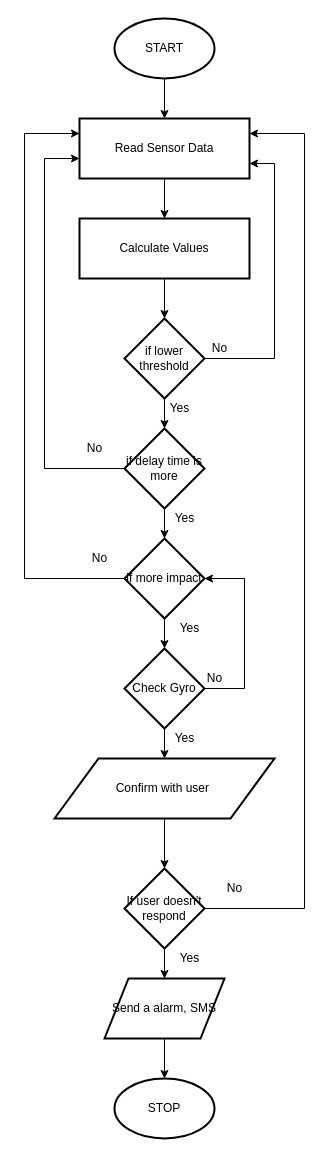
Above: Documents/Design/Flowchart/Flowchart.drawio in bhatvineeth/FallDetectionSystem (draw.io), before the change. Source tidied: cells renumbered, new cells numbered last; positions are measured from the earlier drawing's top-left corner, leaving out a move shared by most shapes. Both pictures are drawn from the tidied source at 100%, with x=0, y=0 at pixel (24, 18).
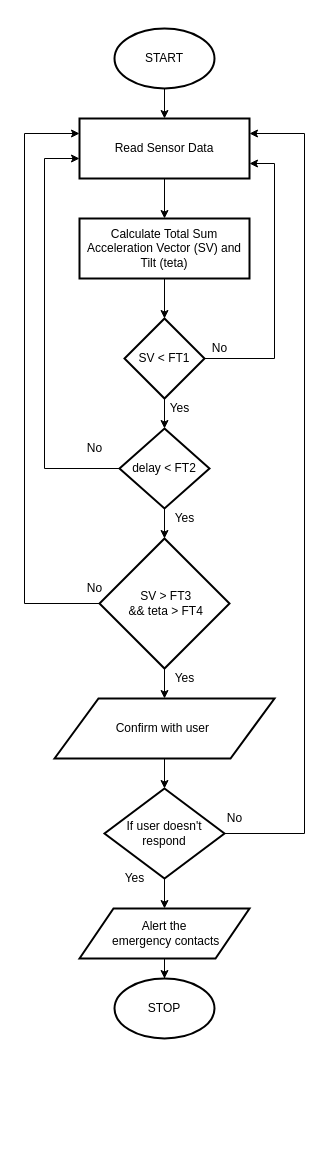
Above is the later version.

Commit message (it also covers changes not shown here):
Sequence and Flowchart

Created sequence diagrams, flowchart updated

Unchanged cells that the change refers to:
```xml
<mxCell id="5" value="Read Sensor Data" style="rounded=0;whiteSpace=wrap;html=1;strokeWidth=2;" parent="1" vertex="1">
  <mxGeometry x="55" y="100" width="170" height="60" as="geometry" />
</mxCell>
```

Diff of the diagram source:
```diff
@@
     <mxCell id="3" value="START" style="strokeWidth=2;html=1;shape=mxgraph.flowchart.start_1;whiteSpace=wrap;" parent="1" vertex="1">
-      <mxGeometry x="90" width="100" height="60" as="geometry" />
+      <mxGeometry x="90" y="10" width="100" height="60" as="geometry" />
     </mxCell>
@@
-    <mxCell id="7" value="Calculate Values" style="rounded=0;whiteSpace=wrap;html=1;strokeWidth=2;" parent="1" vertex="1">
+    <mxCell id="7" value="Calculate Total Sum Acceleration Vector (SV) and Tilt (teta)" style="rounded=0;whiteSpace=wrap;html=1;strokeWidth=2;" parent="1" vertex="1">
       <mxGeometry x="55" y="200" width="170" height="60" as="geometry" />
     </mxCell>
@@
-    <mxCell id="10" value="if lower threshold" style="rhombus;whiteSpace=wrap;html=1;strokeWidth=2;" parent="1" vertex="1">
+    <mxCell id="10" value="SV &amp;lt; FT1" style="rhombus;whiteSpace=wrap;html=1;strokeWidth=2;" parent="1" vertex="1">
       <mxGeometry x="100" y="300" width="80" height="80" as="geometry" />
     </mxCell>
@@
-    <mxCell id="13" value="if delay time is more" style="rhombus;whiteSpace=wrap;html=1;strokeWidth=2;" parent="1" vertex="1">
-      <mxGeometry x="100" y="410" width="80" height="80" as="geometry" />
+    <mxCell id="13" value="delay &amp;lt; FT2" style="rhombus;whiteSpace=wrap;html=1;strokeWidth=2;" parent="1" vertex="1">
+      <mxGeometry x="95" y="410" width="90" height="80" as="geometry" />
     </mxCell>
-    <mxCell id="14" style="edgeStyle=orthogonalEdgeStyle;rounded=0;jettySize=auto;html=1;" parent="1" edge="1" source="16" target="19">
-      <mxGeometry relative="1" as="geometry" />
-    </mxCell>
-    <mxCell id="15" style="edgeStyle=orthogonalEdgeStyle;rounded=0;jettySize=auto;html=1;entryX=0;entryY=0.25;entryDx=0;entryDy=0;" parent="1" edge="1" source="16" target="5">
+    <mxCell id="15" style="edgeStyle=orthogonalEdgeStyle;rounded=0;jettySize=auto;html=1;entryX=0;entryY=0.25;entryDx=0;entryDy=0;exitX=0;exitY=0.5;exitDx=0;exitDy=0;" parent="1" edge="1" source="16" target="5">
       <mxGeometry relative="1" as="geometry">
         <Array as="points">
-          <mxPoint y="560" />
+          <mxPoint y="585" />
           <mxPoint y="115" />
         </Array>
       </mxGeometry>
     </mxCell>
-    <mxCell id="16" value="if more impact" style="rhombus;whiteSpace=wrap;html=1;strokeWidth=2;" parent="1" vertex="1">
-      <mxGeometry x="100" y="520" width="80" height="80" as="geometry" />
+    <mxCell id="16" value="&amp;nbsp;SV &amp;gt; FT3&lt;br&gt;&amp;nbsp;&amp;amp;&amp;amp; teta &amp;gt; FT4" style="rhombus;whiteSpace=wrap;html=1;strokeWidth=2;" parent="1" vertex="1">
+      <mxGeometry x="75" y="520" width="130" height="130" as="geometry" />
     </mxCell>
-    <mxCell id="17" style="edgeStyle=orthogonalEdgeStyle;rounded=0;jettySize=auto;html=1;entryX=1;entryY=0.5;entryDx=0;entryDy=0;" parent="1" edge="1" source="19" target="16">
-      <mxGeometry relative="1" as="geometry">
-        <Array as="points">
-          <mxPoint x="220" y="670" />
-          <mxPoint x="220" y="560" />
-        </Array>
-      </mxGeometry>
-    </mxCell>
-    <mxCell id="18" style="edgeStyle=orthogonalEdgeStyle;rounded=0;jettySize=auto;html=1;" parent="1" edge="1" source="19" target="25">
+    <mxCell id="18" style="edgeStyle=orthogonalEdgeStyle;rounded=0;jettySize=auto;html=1;exitX=0.5;exitY=1;exitDx=0;exitDy=0;" parent="1" edge="1" source="16" target="25">
       <mxGeometry relative="1" as="geometry" />
     </mxCell>
-    <mxCell id="19" value="Check Gyro" style="rhombus;whiteSpace=wrap;html=1;strokeWidth=2;" parent="1" vertex="1">
-      <mxGeometry x="100" y="630" width="80" height="80" as="geometry" />
-    </mxCell>
@@
     <mxCell id="25" value="Confirm with user&amp;nbsp;" style="shape=parallelogram;perimeter=parallelogramPerimeter;whiteSpace=wrap;html=1;strokeWidth=2;" parent="1" vertex="1">
-      <mxGeometry x="30" y="740" width="220" height="60" as="geometry" />
+      <mxGeometry x="30" y="680" width="220" height="60" as="geometry" />
     </mxCell>
-    <mxCell id="26" style="edgeStyle=orthogonalEdgeStyle;rounded=0;jettySize=auto;html=1;entryX=1;entryY=0.25;entryDx=0;entryDy=0;" parent="1" edge="1" source="28" target="5">
+    <mxCell id="26" style="edgeStyle=orthogonalEdgeStyle;rounded=0;jettySize=auto;html=1;entryX=1;entryY=0.25;entryDx=0;entryDy=0;exitX=1;exitY=0.5;exitDx=0;exitDy=0;" parent="1" edge="1" source="28" target="5">
       <mxGeometry relative="1" as="geometry">
         <Array as="points">
-          <mxPoint x="280" y="890" />
+          <mxPoint x="280" y="815" />
           <mxPoint x="280" y="115" />
         </Array>
       </mxGeometry>
     </mxCell>
@@
     <mxCell id="28" value="If user doesn't respond" style="rhombus;whiteSpace=wrap;html=1;strokeWidth=2;" parent="1" vertex="1">
-      <mxGeometry x="100" y="850" width="80" height="80" as="geometry" />
+      <mxGeometry x="80" y="770" width="120" height="90" as="geometry" />
     </mxCell>
@@
-    <mxCell id="30" value="Send a alarm, SMS" style="shape=parallelogram;perimeter=parallelogramPerimeter;whiteSpace=wrap;html=1;strokeWidth=2;" parent="1" vertex="1">
-      <mxGeometry x="80" y="960" width="120" height="60" as="geometry" />
+    <mxCell id="30" value="Alert the&lt;br&gt;&amp;nbsp;emergency contacts" style="shape=parallelogram;perimeter=parallelogramPerimeter;whiteSpace=wrap;html=1;strokeWidth=2;" parent="1" vertex="1">
+      <mxGeometry x="55" y="890" width="170" height="50" as="geometry" />
     </mxCell>
     <mxCell id="31" value="STOP" style="strokeWidth=2;html=1;shape=mxgraph.flowchart.start_1;whiteSpace=wrap;" parent="1" vertex="1">
-      <mxGeometry x="90" y="1060" width="100" height="60" as="geometry" />
+      <mxGeometry x="90" y="960" width="100" height="60" as="geometry" />
     </mxCell>
-    <mxCell id="32" value="No" style="text;html=1;align=center;verticalAlign=middle;" parent="1" vertex="1">
-      <mxGeometry x="175" y="650" width="30" height="20" as="geometry" />
-    </mxCell>
     <mxCell id="33" value="Yes" style="text;html=1;align=center;verticalAlign=middle;" parent="1" vertex="1">
-      <mxGeometry x="140" y="710" width="40" height="20" as="geometry" />
+      <mxGeometry x="140" y="650" width="40" height="20" as="geometry" />
     </mxCell>
     <mxCell id="34" value="Yes" style="text;html=1;align=center;verticalAlign=middle;" parent="1" vertex="1">
-      <mxGeometry x="145" y="930" width="40" height="20" as="geometry" />
+      <mxGeometry x="90" y="850" width="40" height="20" as="geometry" />
     </mxCell>
     <mxCell id="35" value="No" style="text;html=1;align=center;verticalAlign=middle;" parent="1" vertex="1">
-      <mxGeometry x="195" y="860" width="30" height="20" as="geometry" />
+      <mxGeometry x="195" y="790" width="30" height="20" as="geometry" />
     </mxCell>
-    <mxCell id="36" value="Yes" style="text;html=1;align=center;verticalAlign=middle;" parent="1" vertex="1">
-      <mxGeometry x="145" y="600" width="40" height="20" as="geometry" />
-    </mxCell>
     <mxCell id="37" value="No" style="text;html=1;align=center;verticalAlign=middle;" parent="1" vertex="1">
-      <mxGeometry x="60" y="530" width="30" height="20" as="geometry" />
+      <mxGeometry x="55" y="560" width="30" height="20" as="geometry" />
     </mxCell>
```
